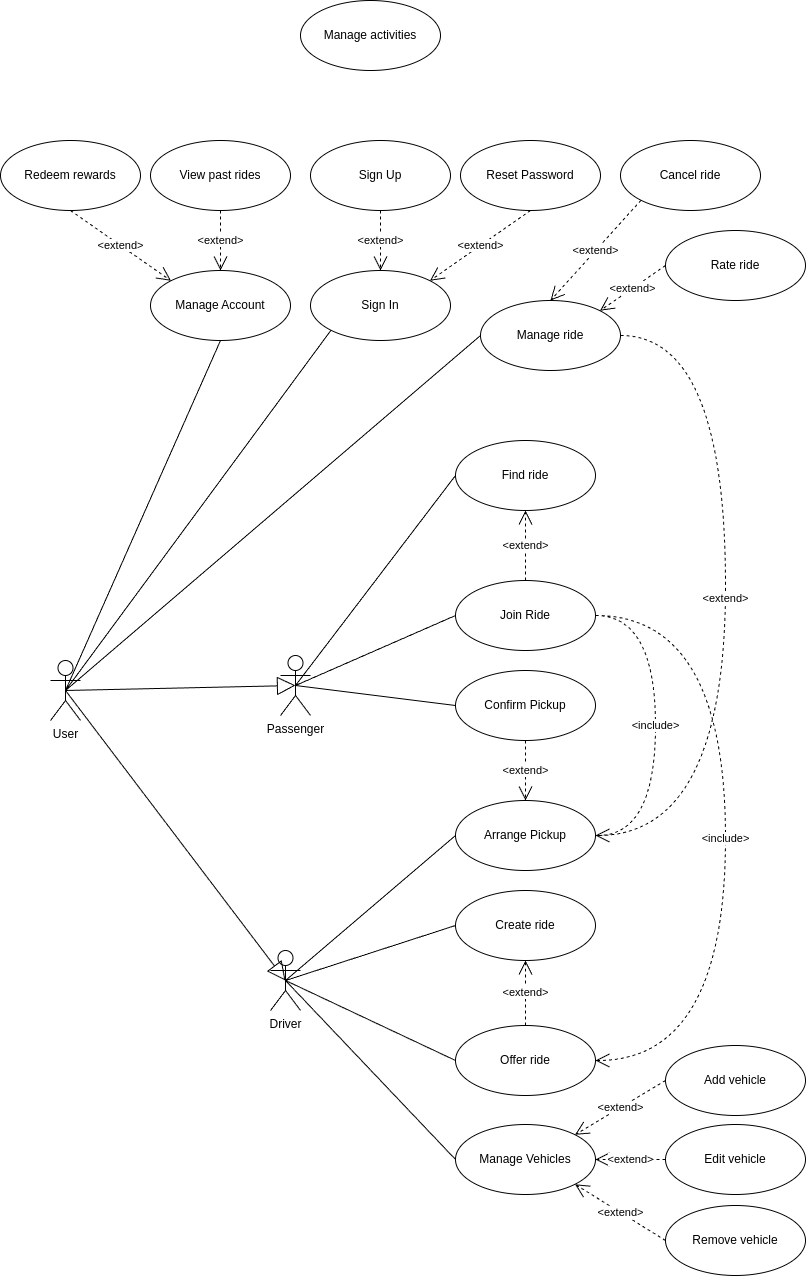
This is reports/use-cases.drawio.png from YannisRavasopoulos/ProjectSD_S6, a draw.io export, as it was before one commit. Source tidied: cells renumbered, new cells last; positions are measured from the earlier drawing's top-left corner, leaving out a move shared by most shapes.
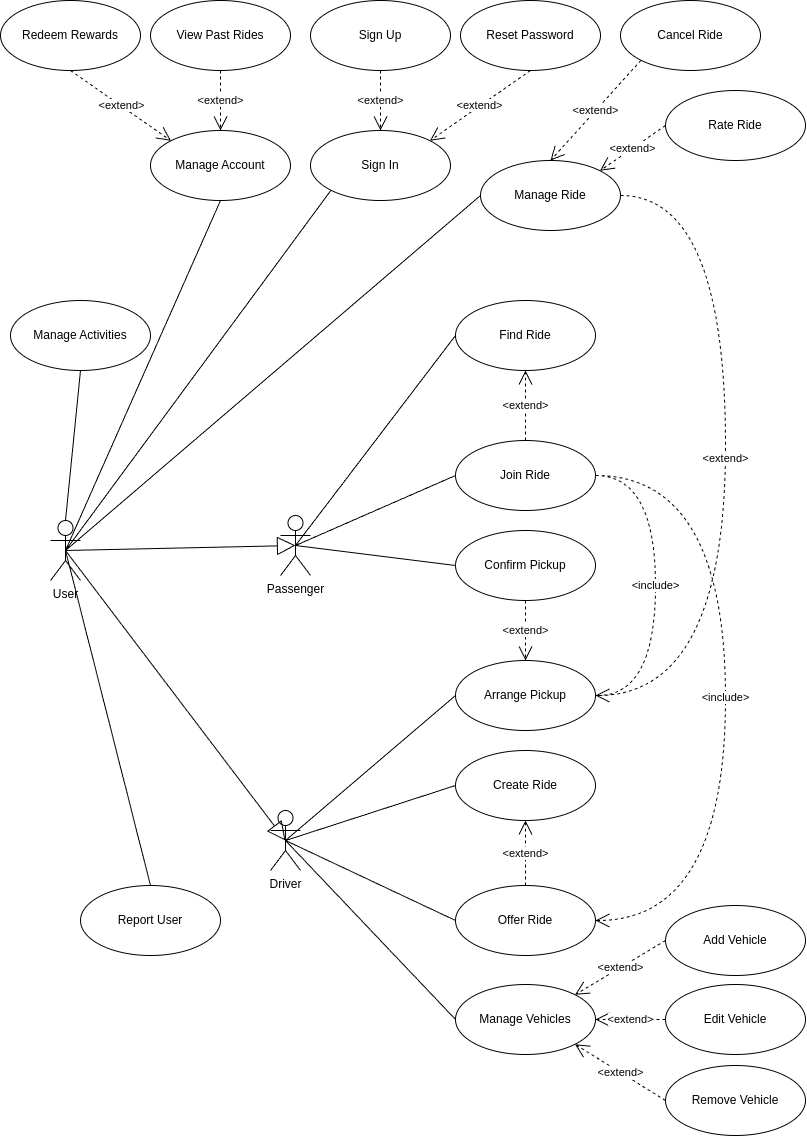
Later version of the same file.

Commit message:
Use case suggestions

Diff of the diagram source:
```diff
@@ -11,29 +11,29 @@
     <mxCell id="4" value="Manage Account" style="ellipse;whiteSpace=wrap;html=1;" parent="1" vertex="1">
       <mxGeometry x="150" y="270" width="140" height="70" as="geometry" />
     </mxCell>
-    <mxCell id="5" value="Rate ride" style="ellipse;whiteSpace=wrap;html=1;" parent="1" vertex="1">
+    <mxCell id="5" value="Rate Ride" style="ellipse;whiteSpace=wrap;html=1;" parent="1" vertex="1">
       <mxGeometry x="665" y="230" width="140" height="70" as="geometry" />
     </mxCell>
-    <mxCell id="6" value="View past rides" style="ellipse;whiteSpace=wrap;html=1;" parent="1" vertex="1">
+    <mxCell id="6" value="View Past Rides" style="ellipse;whiteSpace=wrap;html=1;" parent="1" vertex="1">
       <mxGeometry x="150" y="140" width="140" height="70" as="geometry" />
     </mxCell>
-    <mxCell id="7" value="Find ride" style="ellipse;whiteSpace=wrap;html=1;" parent="1" vertex="1">
+    <mxCell id="7" value="Find Ride" style="ellipse;whiteSpace=wrap;html=1;" parent="1" vertex="1">
       <mxGeometry x="455" y="440" width="140" height="70" as="geometry" />
     </mxCell>
-    <mxCell id="8" value="Manage ride" style="ellipse;whiteSpace=wrap;html=1;" parent="1" vertex="1">
+    <mxCell id="8" value="Manage Ride" style="ellipse;whiteSpace=wrap;html=1;" parent="1" vertex="1">
       <mxGeometry x="480" y="300" width="140" height="70" as="geometry" />
     </mxCell>
-    <mxCell id="9" value="Create ride" style="ellipse;whiteSpace=wrap;html=1;" parent="1" vertex="1">
+    <mxCell id="9" value="Create Ride" style="ellipse;whiteSpace=wrap;html=1;" parent="1" vertex="1">
       <mxGeometry x="455" y="890" width="140" height="70" as="geometry" />
     </mxCell>
-    <mxCell id="10" value="Redeem rewards" style="ellipse;whiteSpace=wrap;html=1;" parent="1" vertex="1">
+    <mxCell id="10" value="Redeem Rewards" style="ellipse;whiteSpace=wrap;html=1;" parent="1" vertex="1">
       <mxGeometry y="140" width="140" height="70" as="geometry" />
     </mxCell>
-    <mxCell id="11" value="Offer ride" style="ellipse;whiteSpace=wrap;html=1;" parent="1" vertex="1">
+    <mxCell id="11" value="Offer Ride" style="ellipse;whiteSpace=wrap;html=1;" parent="1" vertex="1">
       <mxGeometry x="455" y="1025" width="140" height="70" as="geometry" />
     </mxCell>
-    <mxCell id="12" value="Manage activities" style="ellipse;whiteSpace=wrap;html=1;" parent="1" vertex="1">
-      <mxGeometry x="300" width="140" height="70" as="geometry" />
+    <mxCell id="12" value="Manage Activities" style="ellipse;whiteSpace=wrap;html=1;" parent="1" vertex="1">
+      <mxGeometry x="10" y="440" width="140" height="70" as="geometry" />
     </mxCell>
     <mxCell id="13" value="Driver" style="shape=umlActor;verticalLabelPosition=bottom;verticalAlign=top;html=1;outlineConnect=0;" parent="1" vertex="1">
       <mxGeometry x="270" y="950" width="30" height="60" as="geometry" />
@@ -50,7 +50,7 @@
     <mxCell id="17" style="endArrow=none;html=1;exitX=0.5;exitY=0.5;exitDx=0;exitDy=0;exitPerimeter=0;entryX=0;entryY=0.5;entryDx=0;entryDy=0;" parent="1" edge="1" source="2" target="7">
       <mxGeometry relative="1" as="geometry" />
     </mxCell>
-    <mxCell id="18" value="Cancel ride" style="ellipse;whiteSpace=wrap;html=1;" parent="1" vertex="1">
+    <mxCell id="18" value="Cancel Ride" style="ellipse;whiteSpace=wrap;html=1;" parent="1" vertex="1">
       <mxGeometry x="620" y="140" width="140" height="70" as="geometry" />
     </mxCell>
     <mxCell id="19" value="&amp;lt;extend&amp;gt;" style="endArrow=open;endSize=12;dashed=1;html=1;exitX=0.5;exitY=1;exitDx=0;exitDy=0;entryX=0.5;entryY=0;entryDx=0;entryDy=0;" parent="1" edge="1" source="6" target="4">
@@ -77,13 +77,13 @@
     <mxCell id="26" style="endArrow=none;html=1;exitX=0.5;exitY=0.5;exitDx=0;exitDy=0;exitPerimeter=0;entryX=0;entryY=0.5;entryDx=0;entryDy=0;" parent="1" edge="1" source="13" target="25">
       <mxGeometry relative="1" as="geometry" />
     </mxCell>
-    <mxCell id="27" value="Add vehicle" style="ellipse;whiteSpace=wrap;html=1;" parent="1" vertex="1">
+    <mxCell id="27" value="Add Vehicle" style="ellipse;whiteSpace=wrap;html=1;" parent="1" vertex="1">
       <mxGeometry x="665" y="1045" width="140" height="70" as="geometry" />
     </mxCell>
-    <mxCell id="28" value="Edit vehicle" style="ellipse;whiteSpace=wrap;html=1;" parent="1" vertex="1">
+    <mxCell id="28" value="Edit Vehicle" style="ellipse;whiteSpace=wrap;html=1;" parent="1" vertex="1">
       <mxGeometry x="665" y="1124" width="140" height="70" as="geometry" />
     </mxCell>
-    <mxCell id="29" value="Remove vehicle" style="ellipse;whiteSpace=wrap;html=1;" parent="1" vertex="1">
+    <mxCell id="29" value="Remove Vehicle" style="ellipse;whiteSpace=wrap;html=1;" parent="1" vertex="1">
       <mxGeometry x="665" y="1205" width="140" height="70" as="geometry" />
     </mxCell>
     <mxCell id="30" value="&amp;lt;extend&amp;gt;" style="endArrow=open;endSize=12;dashed=1;html=1;exitX=0;exitY=0.5;exitDx=0;exitDy=0;entryX=1;entryY=0;entryDx=0;entryDy=0;" parent="1" edge="1" source="27" target="25">
@@ -167,5 +167,14 @@
     <mxCell id="51" style="endArrow=none;html=1;exitX=0.5;exitY=0.5;exitDx=0;exitDy=0;exitPerimeter=0;entryX=0.5;entryY=1;entryDx=0;entryDy=0;" parent="1" edge="1" source="14" target="4">
       <mxGeometry relative="1" as="geometry" />
     </mxCell>
+    <mxCell id="52" style="endArrow=none;html=1;exitX=0.5;exitY=1;exitDx=0;exitDy=0;entryX=0.5;entryY=0;entryDx=0;entryDy=0;entryPerimeter=0;" parent="1" edge="1" source="12" target="14">
+      <mxGeometry relative="1" as="geometry" />
+    </mxCell>
+    <mxCell id="53" value="Report User" style="ellipse;whiteSpace=wrap;html=1;" parent="1" vertex="1">
+      <mxGeometry x="80" y="1025" width="140" height="70" as="geometry" />
+    </mxCell>
+    <mxCell id="54" style="endArrow=none;html=1;exitX=0.5;exitY=0.5;exitDx=0;exitDy=0;exitPerimeter=0;entryX=0.5;entryY=0;entryDx=0;entryDy=0;" parent="1" edge="1" source="14" target="53">
+      <mxGeometry relative="1" as="geometry" />
+    </mxCell>
   </root>
 </mxGraphModel>
```
